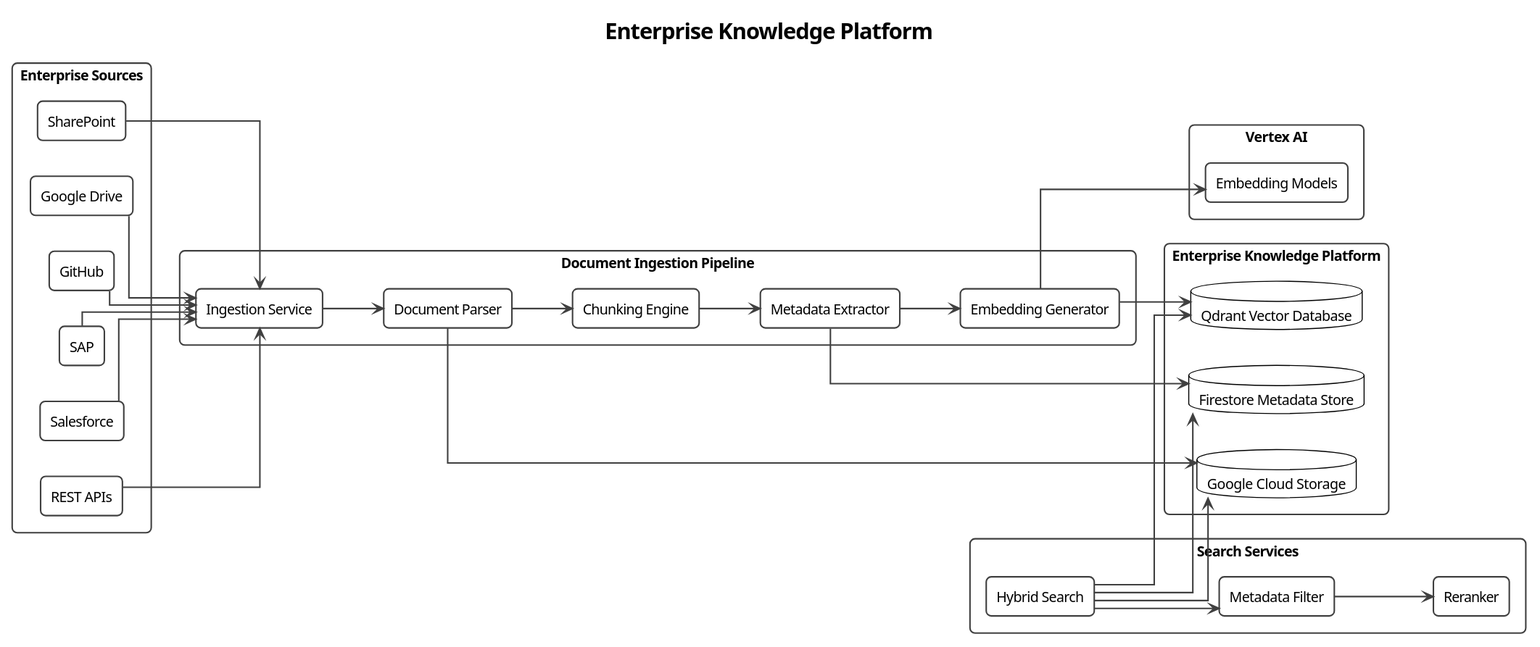
Earlier version of the PlantUML export docs/diagrams/c4/04-enterprise-knowledge-platform.svg (pjagdaley/enterprise-ai-orchestration-platform). Its diagram source:
```plantuml
@startuml
!theme plain

title Enterprise AI Orchestration Platform
title Enterprise Knowledge Platform

left to right direction

skinparam backgroundColor white
skinparam shadowing false
skinparam linetype ortho
skinparam packageStyle rectangle

skinparam defaultFontName Segoe UI
skinparam defaultFontSize 14

skinparam RectangleBorderColor #404040
skinparam RectangleBorderThickness 1.5
skinparam RectangleRoundCorner 10
skinparam PackageBorderColor #404040
skinparam PackageBorderThickness 2

skinparam ArrowThickness 1.5
skinparam ArrowColor #404040


package "Enterprise Sources" {

rectangle "SharePoint" as SharePoint

rectangle "Google Drive" as GoogleDrive

rectangle "GitHub" as GitHub

rectangle "SAP" as SAP

rectangle "Salesforce" as Salesforce

rectangle "REST APIs" as RestAPI

}


package "Document Ingestion Pipeline" {

rectangle "Ingestion Service" as Ingestion

rectangle "Document Parser" as Parser

rectangle "Chunking Engine" as Chunker

rectangle "Metadata Extractor" as Metadata

rectangle "Embedding Generator" as Embedder

}


package "Vertex AI" {

rectangle "Embedding Models" as Embeddings

}


package "Enterprise Knowledge Platform" {

database "Google Cloud Storage" as GCS

database "Qdrant Vector Database" as Qdrant

database "Firestore Metadata Store" as Firestore

}


package "Search Services" {

rectangle "Hybrid Search" as HybridSearch

rectangle "Metadata Filter" as MetadataFilter

rectangle "Reranker" as Reranker

}


SharePoint --> Ingestion

GoogleDrive --> Ingestion

GitHub --> Ingestion

SAP --> Ingestion

Salesforce --> Ingestion

RestAPI --> Ingestion

Ingestion --> Parser

Parser --> Chunker

Chunker --> Metadata

Metadata --> Embedder

Embedder --> Embeddings

Embedder --> Qdrant

Metadata --> Firestore

Parser --> GCS


HybridSearch --> Qdrant

HybridSearch --> Firestore

HybridSearch --> GCS

HybridSearch --> MetadataFilter

MetadataFilter --> Reranker
@enduml
```
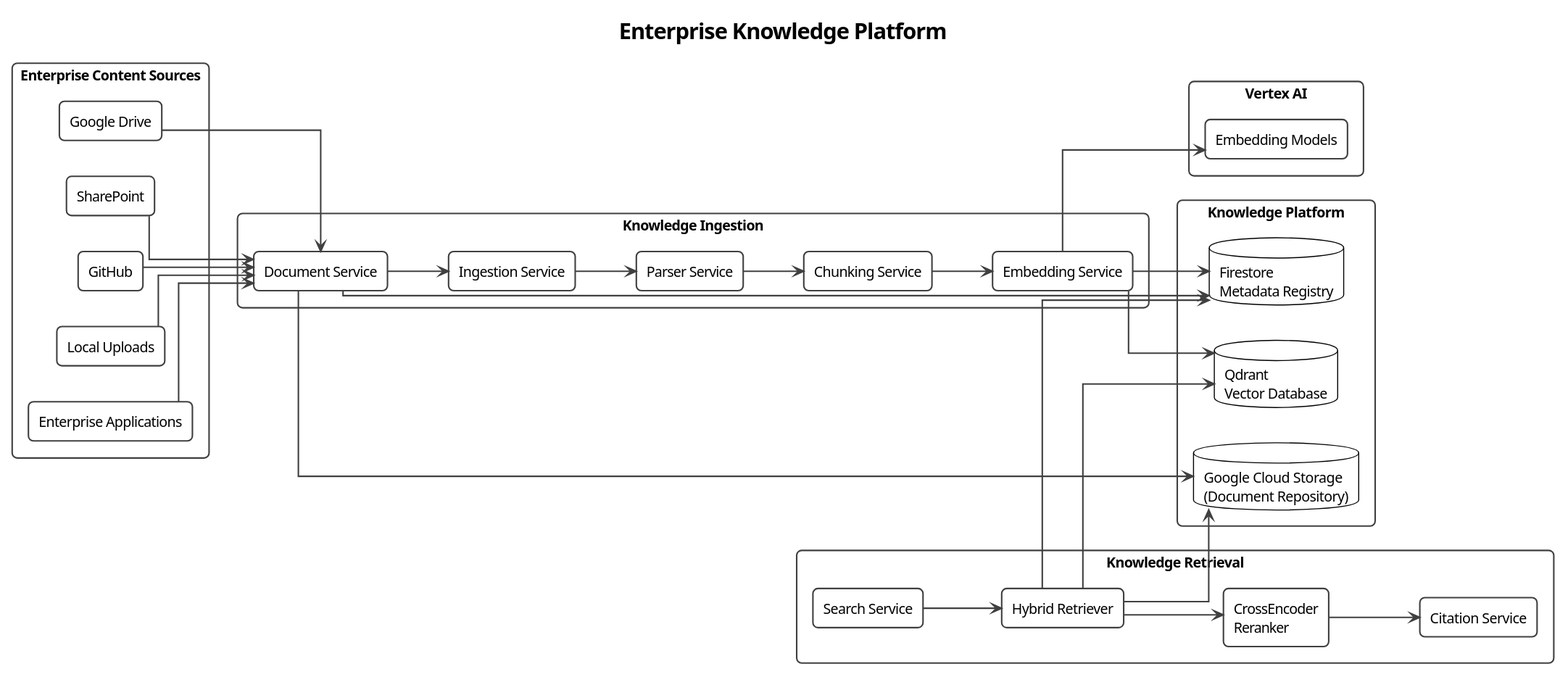
The same file after the commit.

The edit, as a diff of the source:
```diff
@@ -1,4 +1,5 @@
 @startuml
+
 !theme plain
 
 title Enterprise AI Orchestration Platform
@@ -17,6 +18,7 @@
 skinparam RectangleBorderColor #404040
 skinparam RectangleBorderThickness 1.5
 skinparam RectangleRoundCorner 10
+
 skinparam PackageBorderColor #404040
 skinparam PackageBorderThickness 2
 
@@ -24,103 +26,105 @@
 skinparam ArrowColor #404040
 
 
-package "Enterprise Sources" {
+package "Enterprise Content Sources" {
+
+rectangle "Google Drive" as Drive
 
 rectangle "SharePoint" as SharePoint
 
-rectangle "Google Drive" as GoogleDrive
-
 rectangle "GitHub" as GitHub
 
-rectangle "SAP" as SAP
+rectangle "Local Uploads" as Uploads
 
-rectangle "Salesforce" as Salesforce
-
-rectangle "REST APIs" as RestAPI
+rectangle "Enterprise Applications" as Enterprise
 
 }
 
 
-package "Document Ingestion Pipeline" {
+package "Knowledge Ingestion" {
+
+rectangle "Document Service" as Document
 
 rectangle "Ingestion Service" as Ingestion
 
-rectangle "Document Parser" as Parser
+rectangle "Parser Service" as Parser
 
-rectangle "Chunking Engine" as Chunker
+rectangle "Chunking Service" as Chunker
 
-rectangle "Metadata Extractor" as Metadata
-
-rectangle "Embedding Generator" as Embedder
+rectangle "Embedding Service" as Embedding
 
 }
 
 
 package "Vertex AI" {
 
-rectangle "Embedding Models" as Embeddings
+rectangle "Embedding Models" as Models
 
 }
 
 
-package "Enterprise Knowledge Platform" {
+package "Knowledge Platform" {
 
-database "Google Cloud Storage" as GCS
+database "Google Cloud Storage\n(Document Repository)" as GCS
 
-database "Qdrant Vector Database" as Qdrant
+database "Firestore\nMetadata Registry" as Firestore
 
-database "Firestore Metadata Store" as Firestore
+database "Qdrant\nVector Database" as Qdrant
 
 }
 
 
-package "Search Services" {
+package "Knowledge Retrieval" {
 
-rectangle "Hybrid Search" as HybridSearch
+rectangle "Search Service" as Search
 
-rectangle "Metadata Filter" as MetadataFilter
+rectangle "Hybrid Retriever" as Hybrid
 
-rectangle "Reranker" as Reranker
+rectangle "CrossEncoder\nReranker" as Reranker
+
+rectangle "Citation Service" as Citation
 
 }
 
 
-SharePoint --> Ingestion
+Drive --> Document
 
-GoogleDrive --> Ingestion
+SharePoint --> Document
 
-GitHub --> Ingestion
+GitHub --> Document
 
-SAP --> Ingestion
+Uploads --> Document
 
-Salesforce --> Ingestion
+Enterprise --> Document
 
-RestAPI --> Ingestion
+Document --> GCS
+
+Document --> Firestore
+
+Document --> Ingestion
 
 Ingestion --> Parser
 
 Parser --> Chunker
 
-Chunker --> Metadata
+Chunker --> Embedding
 
-Metadata --> Embedder
+Embedding --> Models
 
-Embedder --> Embeddings
+Embedding --> Qdrant
 
-Embedder --> Qdrant
-
-Metadata --> Firestore
-
-Parser --> GCS
+Embedding --> Firestore
 
 
-HybridSearch --> Qdrant
+Search --> Hybrid
 
-HybridSearch --> Firestore
+Hybrid --> Qdrant
 
-HybridSearch --> GCS
+Hybrid --> Firestore
 
-HybridSearch --> MetadataFilter
+Hybrid --> GCS
 
-MetadataFilter --> Reranker
+Hybrid --> Reranker
+
+Reranker --> Citation
 @enduml
```
